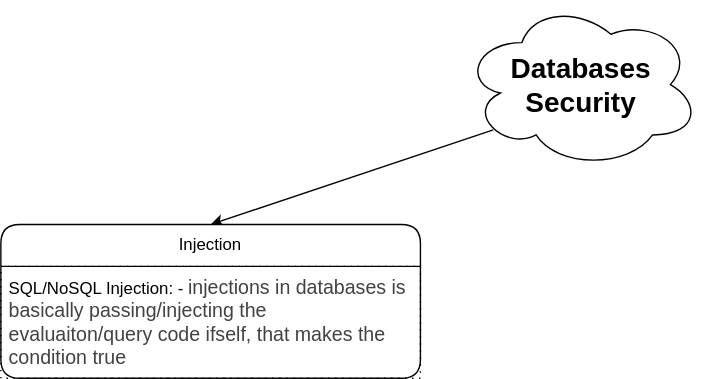
This is security/databases-secuirty/databases-security.svg from knkrn5/Programming-Concepts, a draw.io export, as it was before one commit. Source tidied: cells renumbered, new cells last; positions are measured from the earlier drawing's top-left corner, leaving out a move shared by most shapes. Source of this version:
```xml
<mxGraphModel background="#ffffff">
  <root>
    <mxCell id="0" />
    <mxCell id="1" parent="0" />
    <mxCell id="2" style="edgeStyle=none;html=1;exitX=0.13;exitY=0.77;exitDx=0;exitDy=0;exitPerimeter=0;entryX=0.5;entryY=0;entryDx=0;entryDy=0;" parent="1" edge="1" source="3" target="4">
      <mxGeometry relative="1" as="geometry" />
    </mxCell>
    <mxCell id="3" value="&lt;b&gt;&lt;font style=&quot;font-size: 20px;&quot;&gt;Databases Security&lt;/font&gt;&lt;/b&gt;" style="ellipse;shape=cloud;whiteSpace=wrap;html=1;" parent="1" vertex="1">
      <mxGeometry x="330" width="170" height="120" as="geometry" />
    </mxCell>
    <mxCell id="4" value="Injection" style="swimlane;fontStyle=0;horizontal=1;startSize=30;whiteSpace=wrap;html=1;rounded=1;" parent="1" vertex="1">
      <mxGeometry y="160" width="300" height="110" as="geometry" />
    </mxCell>
    <mxCell id="5" value="SQL/NoSQL Injection: -&amp;nbsp;&lt;span style=&quot;font-family: Poppins, &amp;quot;Noto Color Emoji&amp;quot;, sans-serif; font-size: 14px; white-space: pre-wrap;&quot;&gt;&lt;font style=&quot;color: light-dark(rgb(66, 66, 66), rgb(255, 255, 255));&quot;&gt;injections in databases is basically passing/injecting the evaluaiton/query code ifself, that makes the condition true&lt;/font&gt;&lt;/span&gt;" style="text;strokeColor=default;fillColor=none;align=left;verticalAlign=middle;spacingLeft=4;spacingRight=4;overflow=hidden;whiteSpace=wrap;html=1;dashed=1;dashPattern=1 4;" parent="4" vertex="1">
      <mxGeometry y="30" width="300" height="80" as="geometry" />
    </mxCell>
  </root>
</mxGraphModel>
```
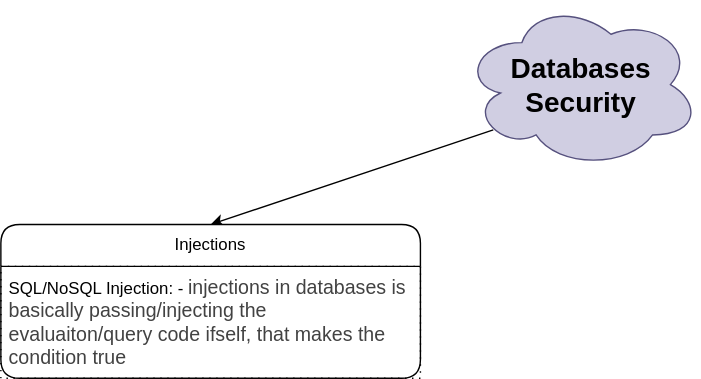
Above is the later version.

Commit message:
Update server-security SVG: Adjust dimensions and enhance visual elements for improved clarity and aesthetics

The edit, as a diff of the source:
```diff
@@ -5,10 +5,10 @@
     <mxCell id="2" style="edgeStyle=none;html=1;exitX=0.13;exitY=0.77;exitDx=0;exitDy=0;exitPerimeter=0;entryX=0.5;entryY=0;entryDx=0;entryDy=0;" parent="1" edge="1" source="3" target="4">
       <mxGeometry relative="1" as="geometry" />
     </mxCell>
-    <mxCell id="3" value="&lt;b&gt;&lt;font style=&quot;font-size: 20px;&quot;&gt;Databases Security&lt;/font&gt;&lt;/b&gt;" style="ellipse;shape=cloud;whiteSpace=wrap;html=1;" parent="1" vertex="1">
+    <mxCell id="3" value="&lt;b&gt;&lt;font style=&quot;font-size: 20px;&quot;&gt;Databases Security&lt;/font&gt;&lt;/b&gt;" style="ellipse;shape=cloud;whiteSpace=wrap;html=1;fillColor=#d0cee2;strokeColor=#56517e;" parent="1" vertex="1">
       <mxGeometry x="330" width="170" height="120" as="geometry" />
     </mxCell>
-    <mxCell id="4" value="Injection" style="swimlane;fontStyle=0;horizontal=1;startSize=30;whiteSpace=wrap;html=1;rounded=1;" parent="1" vertex="1">
+    <mxCell id="4" value="Injections" style="swimlane;fontStyle=0;horizontal=1;startSize=30;whiteSpace=wrap;html=1;rounded=1;" parent="1" vertex="1">
       <mxGeometry y="160" width="300" height="110" as="geometry" />
     </mxCell>
     <mxCell id="5" value="SQL/NoSQL Injection: -&amp;nbsp;&lt;span style=&quot;font-family: Poppins, &amp;quot;Noto Color Emoji&amp;quot;, sans-serif; font-size: 14px; white-space: pre-wrap;&quot;&gt;&lt;font style=&quot;color: light-dark(rgb(66, 66, 66), rgb(255, 255, 255));&quot;&gt;injections in databases is basically passing/injecting the evaluaiton/query code ifself, that makes the condition true&lt;/font&gt;&lt;/span&gt;" style="text;strokeColor=default;fillColor=none;align=left;verticalAlign=middle;spacingLeft=4;spacingRight=4;overflow=hidden;whiteSpace=wrap;html=1;dashed=1;dashPattern=1 4;" parent="4" vertex="1">
```
